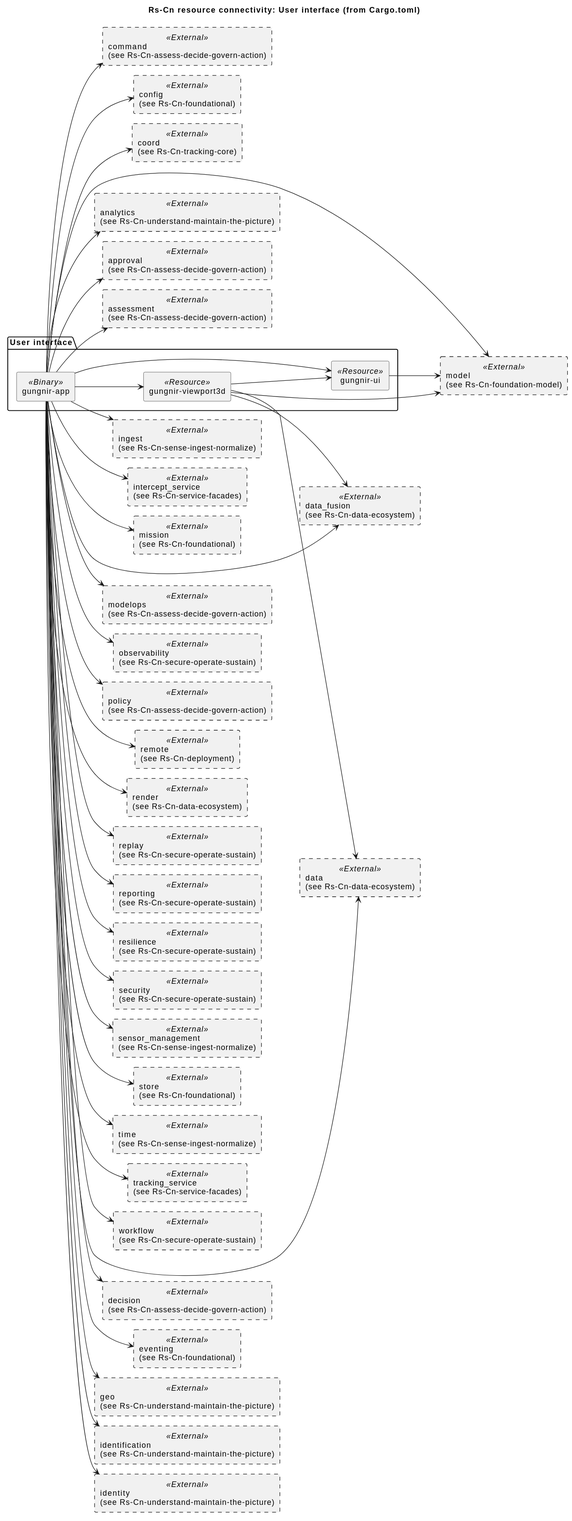
Earlier version of the PlantUML export docs/architecture/uaf/rendered/resources/Rs-Cn-user-interface.svg (WayneRoessling/gungnir).
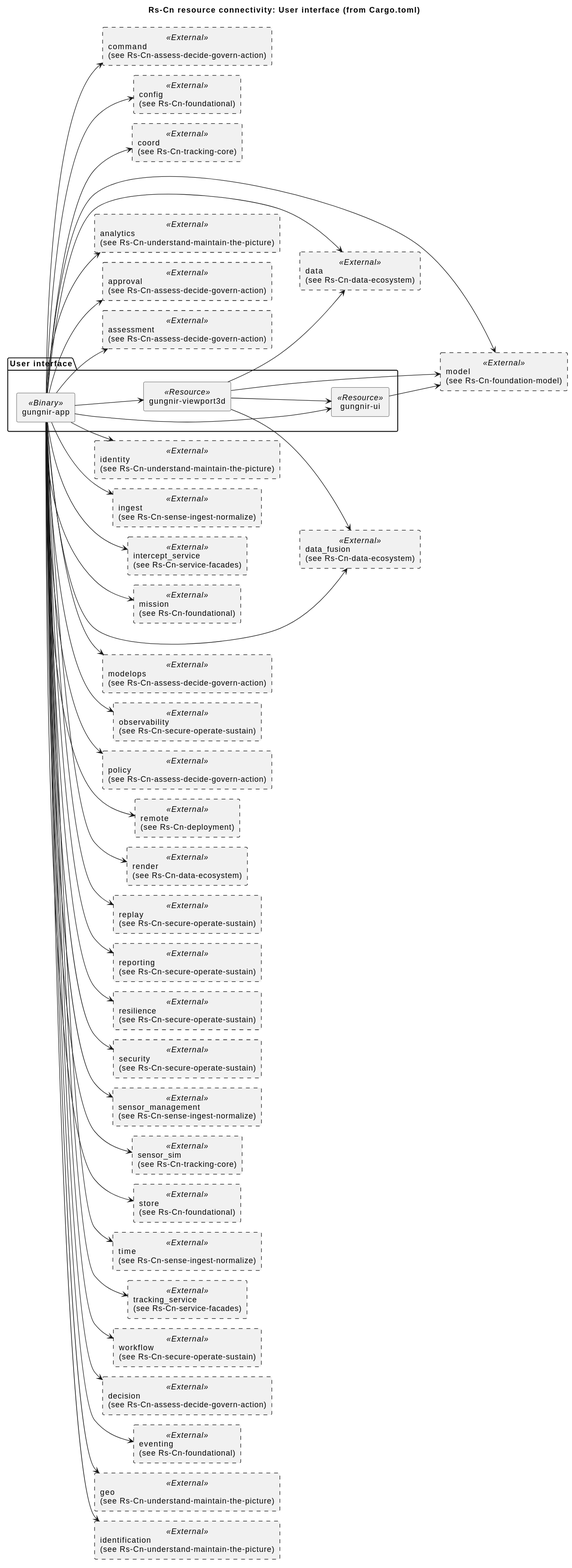
Later version of the same file.

The edit, as a diff of the source:
```diff
@@ -36,11 +36,13 @@
 component "resilience\n(see Rs-Cn-secure-operate-sustain)" as RS_resilience <<External>> #line.dashed
 component "security\n(see Rs-Cn-secure-operate-sustain)" as RS_security <<External>> #line.dashed
 component "sensor_management\n(see Rs-Cn-sense-ingest-normalize)" as RS_sensor_management <<External>> #line.dashed
+component "sensor_sim\n(see Rs-Cn-tracking-core)" as RS_sensor_sim <<External>> #line.dashed
 component "store\n(see Rs-Cn-foundational)" as RS_store <<External>> #line.dashed
 component "time\n(see Rs-Cn-sense-ingest-normalize)" as RS_time <<External>> #line.dashed
 component "tracking_service\n(see Rs-Cn-service-facades)" as RS_tracking_service <<External>> #line.dashed
 component "workflow\n(see Rs-Cn-secure-operate-sustain)" as RS_workflow <<External>> #line.dashed
 RS_app --> RS_coord
+RS_app --> RS_sensor_sim
 RS_app --> RS_tracking_service
 RS_app --> RS_intercept_service
 RS_app --> RS_remote
```
